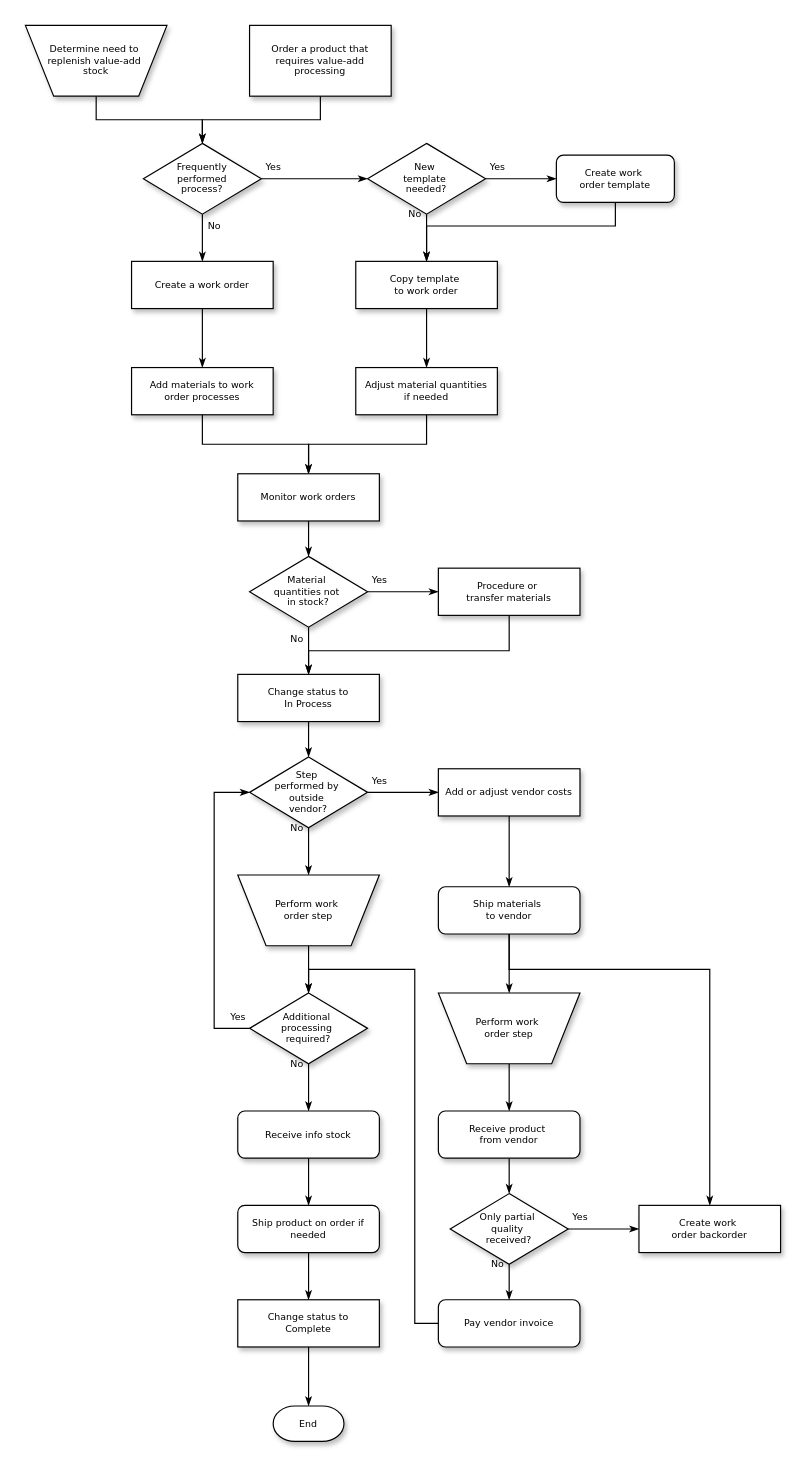
Earlier version of the draw.io diagram Untitled Diagram.drawio (MeyyarasanC/MeyyarasanC). Source tidied: cells renumbered, new cells numbered last; positions are measured from the earlier drawing's top-left corner, leaving out a move shared by most shapes. Both pictures are drawn from the tidied source at 118%, with x=0, y=0 at pixel (25, 25).
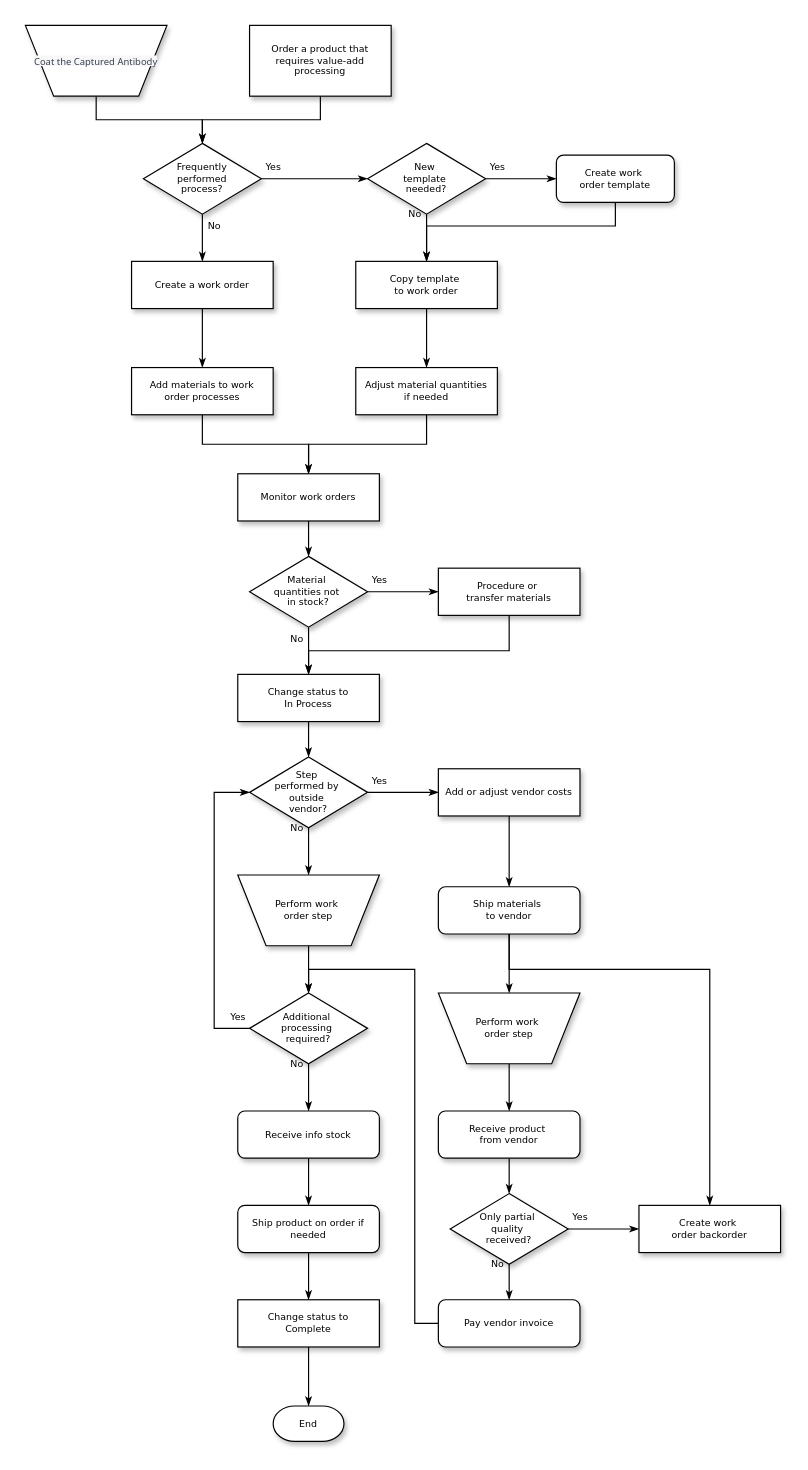
The same diagram, later.

Change to the diagram source:
```diff
@@
-    <mxCell id="3" value="Determine need to&amp;nbsp;&lt;div&gt;replenish value-add&amp;nbsp;&lt;/div&gt;&lt;div&gt;stock&lt;/div&gt;" style="shape=trapezoid;whiteSpace=wrap;html=1;rounded=0;shadow=1;labelBackgroundColor=none;strokeWidth=1;fontFamily=Verdana;fontSize=8;align=center;flipV=1;" parent="1" vertex="1">
+    <mxCell id="3" value="&lt;p style=&quot;border: 0px solid rgb(217, 217, 227); box-sizing: border-box; --tw-border-spacing-x: 0; --tw-border-spacing-y: 0; --tw-translate-x: 0; --tw-translate-y: 0; --tw-rotate: 0; --tw-skew-x: 0; --tw-skew-y: 0; --tw-scale-x: 1; --tw-scale-y: 1; --tw-pan-x: ; --tw-pan-y: ; --tw-pinch-zoom: ; --tw-scroll-snap-strictness: proximity; --tw-gradient-from-position: ; --tw-gradient-via-position: ; --tw-gradient-to-position: ; --tw-ordinal: ; --tw-slashed-zero: ; --tw-numeric-figure: ; --tw-numeric-spacing: ; --tw-numeric-fraction: ; --tw-ring-inset: ; --tw-ring-offset-width: 0px; --tw-ring-offset-color: #fff; --tw-ring-color: rgba(69,89,164,.5); --tw-ring-offset-shadow: 0 0 transparent; --tw-ring-shadow: 0 0 transparent; --tw-shadow: 0 0 transparent; --tw-shadow-colored: 0 0 transparent; --tw-blur: ; --tw-brightness: ; --tw-contrast: ; --tw-grayscale: ; --tw-hue-rotate: ; --tw-invert: ; --tw-saturate: ; --tw-sepia: ; --tw-drop-shadow: ; --tw-backdrop-blur: ; --tw-backdrop-brightness: ; --tw-backdrop-contrast: ; --tw-backdrop-grayscale: ; --tw-backdrop-hue-rotate: ; --tw-backdrop-invert: ; --tw-backdrop-opacity: ; --tw-backdrop-saturate: ; --tw-backdrop-sepia: ; margin: 0px; color: rgb(55, 65, 81); font-family: Söhne, ui-sans-serif, system-ui, -apple-system, &amp;quot;Segoe UI&amp;quot;, Roboto, Ubuntu, Cantarell, &amp;quot;Noto Sans&amp;quot;, sans-serif, &amp;quot;Helvetica Neue&amp;quot;, Arial, &amp;quot;Apple Color Emoji&amp;quot;, &amp;quot;Segoe UI Emoji&amp;quot;, &amp;quot;Segoe UI Symbol&amp;quot;, &amp;quot;Noto Color Emoji&amp;quot;; text-align: left; background-color: rgb(247, 247, 248);&quot;&gt;&lt;font style=&quot;font-size: 8px;&quot;&gt;Coat the Captured Antibody&lt;/font&gt;&lt;/p&gt;" style="shape=trapezoid;whiteSpace=wrap;html=1;rounded=0;shadow=1;labelBackgroundColor=none;strokeWidth=1;fontFamily=Verdana;fontSize=8;align=center;flipV=1;" parent="1" vertex="1">
       <mxGeometry width="120" height="60" as="geometry" />
     </mxCell>
```
